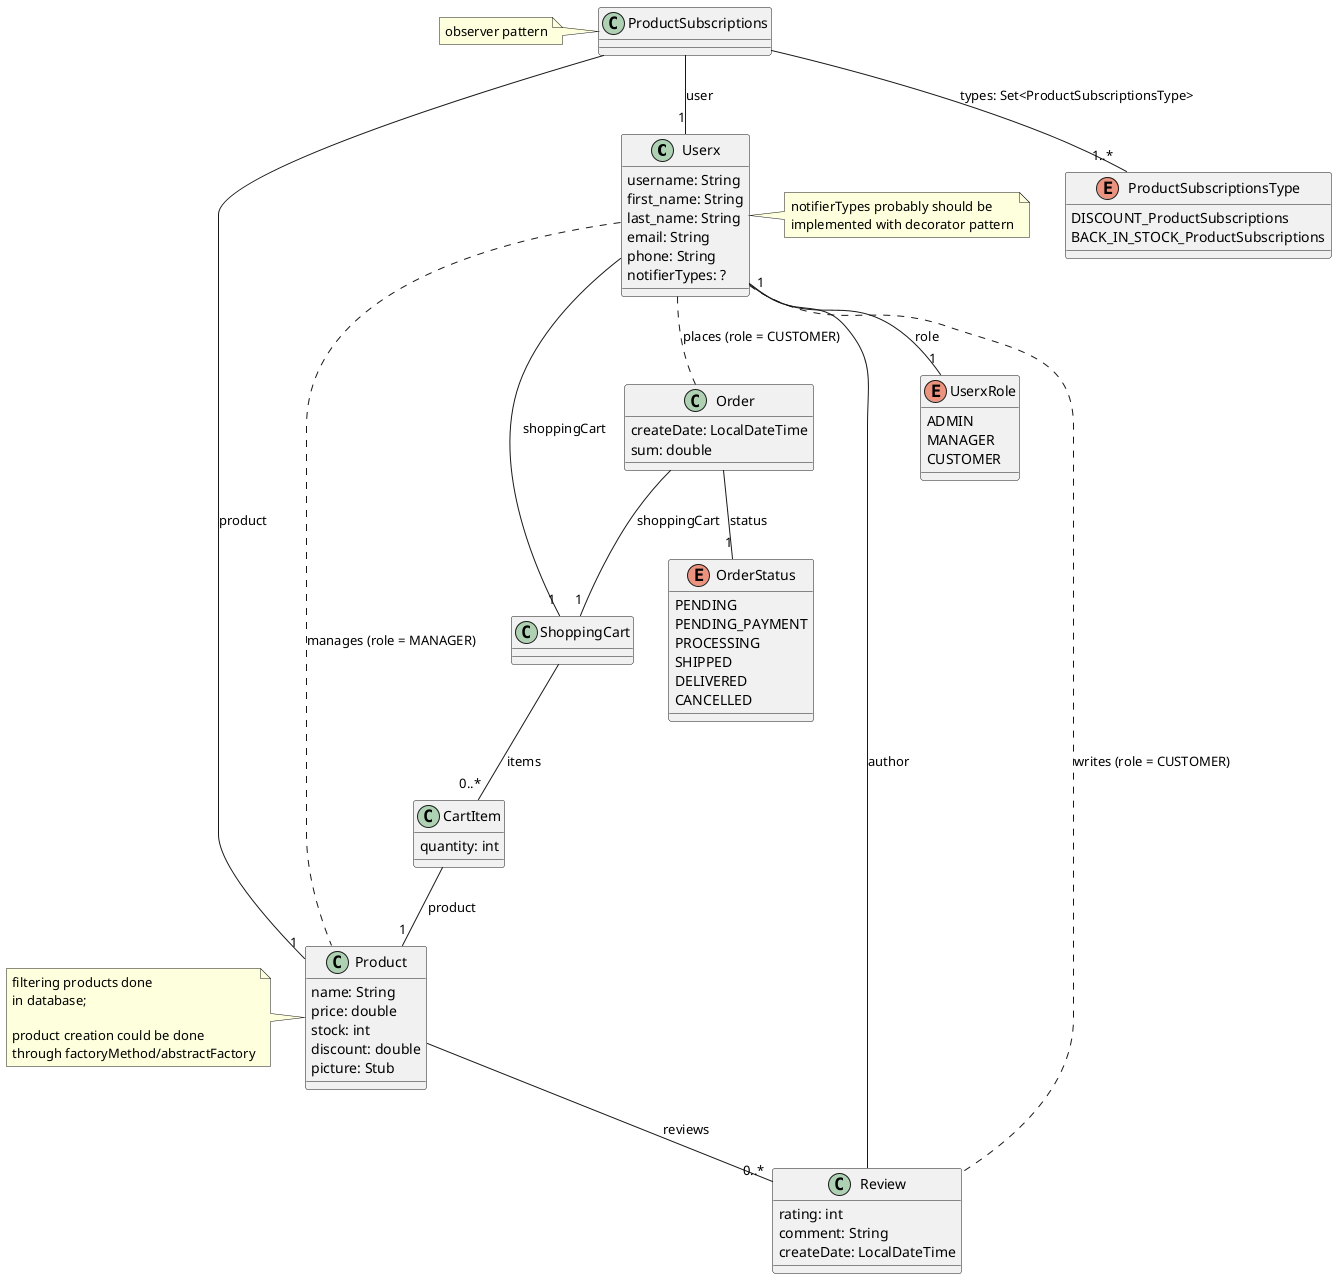
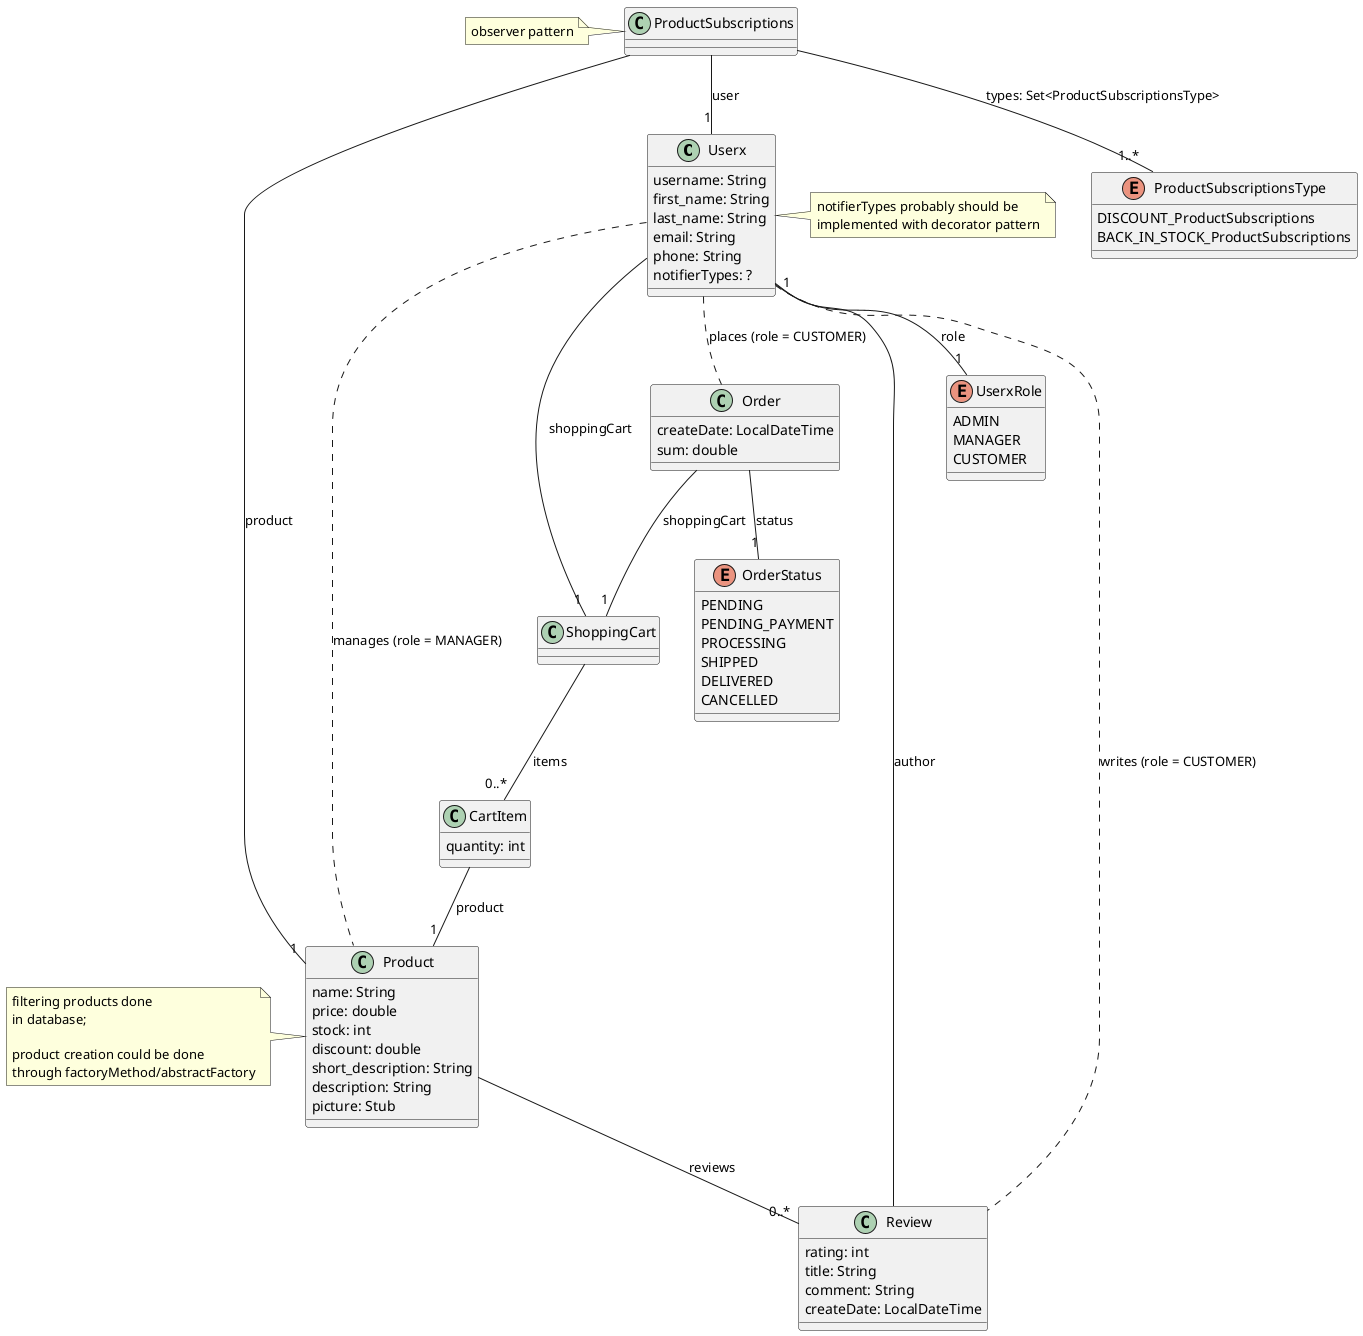
@startuml

class Userx {
    username: String
    first_name: String
    last_name: String
    email: String
    phone: String
    notifierTypes: ?
}
note right
    notifierTypes probably should be
    implemented with decorator pattern
end note

enum UserxRole {
    ADMIN
    MANAGER
    CUSTOMER
}

class Product {
    name: String
    price: double
    stock: int
    discount: double /'in interval [0, 1] 0 -> 0%, 1 -> 100% discount'/
+     short_description: String
+     description: String
    picture: Stub
}
note left
    filtering products done
    in database;

    product creation could be done
    through factoryMethod/abstractFactory
end note

class Review {
    rating: int /'in interval [1, 5]'/
+     title: String
    comment: String
    createDate: LocalDateTime
}

class ShoppingCart {
}

class CartItem {
  quantity: int
}

class Order {
    createDate: LocalDateTime
    sum: double
}

enum OrderStatus {
    PENDING
    PENDING_PAYMENT
    PROCESSING
    SHIPPED
    DELIVERED
    CANCELLED
}

class ProductSubscriptions {
}
note left
    observer pattern
end note

enum ProductSubscriptionsType {
    DISCOUNT_ProductSubscriptions
    BACK_IN_STOCK_ProductSubscriptions
}

'associations:
Userx -- "1" UserxRole: role
Userx -- "1" ShoppingCart: shoppingCart

Userx .. Review: writes (role = CUSTOMER)
Userx .. Order: places (role = CUSTOMER)
Userx .. Product: manages (role = MANAGER)

Review -- "1" Userx: author

Product -- "0..*" Review: reviews

ShoppingCart -- "0..*" CartItem: items
CartItem -- "1" Product: product

Order -- "1" OrderStatus: status
Order -- "1" ShoppingCart: shoppingCart

ProductSubscriptions -- "1" Userx: user
ProductSubscriptions -- "1" Product: product
ProductSubscriptions -- "1..*" ProductSubscriptionsType: types: Set<ProductSubscriptionsType>

@enduml